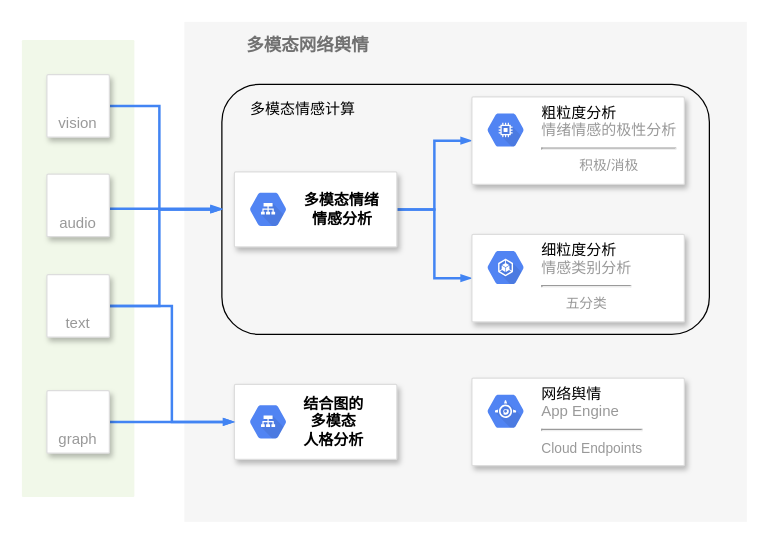
Amamiyatsuki/pic_for_ppt keeps this draw.io diagram as Untitled Diagram.drawio. Above is the earlier version. Source tidied: cells renumbered, new cells numbered last; positions are measured from the earlier drawing's top-left corner, leaving out a move shared by most shapes. Both pictures are drawn from the tidied source at 125%, with x=0, y=0 at pixel (21, 21).
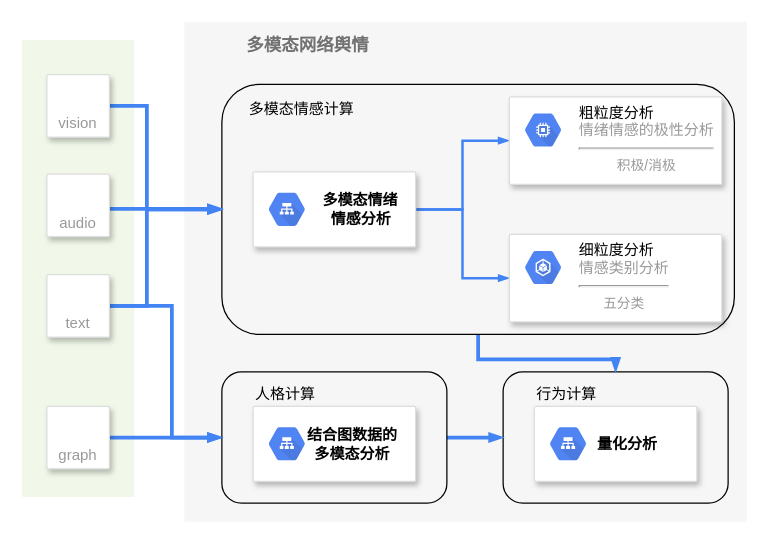
The same page after the edit.

The change refers to these unchanged cells:
```xml
<mxCell id="6" value="vision" style="strokeColor=#dddddd;fillColor=#ffffff;shadow=1;strokeWidth=1;rounded=1;absoluteArcSize=1;arcSize=2;labelPosition=center;verticalLabelPosition=middle;align=center;verticalAlign=bottom;spacingLeft=0;fontColor=#999999;fontSize=12;whiteSpace=wrap;spacingBottom=2;html=1;" parent="1" vertex="1">
  <mxGeometry x="20" y="42.2" width="50" height="50" as="geometry" />
</mxCell>
<mxCell id="18" value="audio" style="strokeColor=#dddddd;fillColor=#ffffff;shadow=1;strokeWidth=1;rounded=1;absoluteArcSize=1;arcSize=2;labelPosition=center;verticalLabelPosition=middle;align=center;verticalAlign=bottom;spacingLeft=0;fontColor=#999999;fontSize=12;whiteSpace=wrap;spacingBottom=2;html=1;" parent="1" vertex="1">
  <mxGeometry x="20" y="121.8" width="50" height="50" as="geometry" />
</mxCell>
<mxCell id="21" value="text" style="strokeColor=#dddddd;fillColor=#ffffff;shadow=1;strokeWidth=1;rounded=1;absoluteArcSize=1;arcSize=2;labelPosition=center;verticalLabelPosition=middle;align=center;verticalAlign=bottom;spacingLeft=0;fontColor=#999999;fontSize=12;whiteSpace=wrap;spacingBottom=2;html=1;" parent="1" vertex="1">
  <mxGeometry x="20" y="202.2" width="50" height="50" as="geometry" />
</mxCell>
```

What changed in the source:
```diff
@@
+    <mxCell id="27" style="rounded=1;whiteSpace=wrap;html=1;fontSize=12;fillColor=none;" parent="1" vertex="1">
+      <mxGeometry x="385" y="280" width="180" height="105" as="geometry" />
+    </mxCell>
+    <mxCell id="28" style="edgeStyle=orthogonalEdgeStyle;rounded=0;jettySize=auto;html=1;exitX=0.5;exitY=1;exitDx=0;exitDy=0;entryX=0.5;entryY=0;entryDx=0;entryDy=0;dashed=0;labelBackgroundColor=none;fontSize=5;startFill=1;endArrow=blockThin;endFill=1;startSize=4;endSize=4;strokeColor=#4284F3;strokeWidth=3;align=left;" parent="1" edge="1" source="3" target="27">
+      <mxGeometry relative="1" as="geometry" />
+    </mxCell>
     <mxCell id="3" style="rounded=1;whiteSpace=wrap;html=1;fontSize=12;fillColor=none;" parent="1" vertex="1">
-      <mxGeometry x="160" y="50" width="390" height="200" as="geometry" />
+      <mxGeometry x="160" y="50" width="410" height="200" as="geometry" />
     </mxCell>
@@
-    <mxCell id="5" style="edgeStyle=orthogonalEdgeStyle;rounded=0;jettySize=auto;html=1;exitX=1;exitY=0.5;exitDx=0;exitDy=0;dashed=0;labelBackgroundColor=none;fontSize=12;startFill=1;endArrow=blockThin;endFill=1;startSize=4;endSize=4;strokeColor=#4284F3;strokeWidth=2;align=left;" parent="1" edge="1" source="6" target="3">
+    <mxCell id="5" style="edgeStyle=orthogonalEdgeStyle;rounded=0;jettySize=auto;html=1;exitX=1;exitY=0.5;exitDx=0;exitDy=0;dashed=0;labelBackgroundColor=none;fontSize=12;startFill=1;endArrow=blockThin;endFill=1;startSize=4;endSize=4;strokeColor=#4284F3;strokeWidth=3;align=left;" parent="1" edge="1" source="6" target="3">
       <mxGeometry relative="1" as="geometry">
         <Array as="points">
-          <mxPoint x="110" y="67" />
-          <mxPoint x="110" y="150" />
+          <mxPoint x="100" y="67" />
+          <mxPoint x="100" y="150" />
         </Array>
       </mxGeometry>
     </mxCell>
@@
     <mxCell id="9" style="strokeColor=#dddddd;fillColor=#ffffff;shadow=1;strokeWidth=1;rounded=1;absoluteArcSize=1;arcSize=2;fontSize=11;fontColor=#9E9E9E;align=center;html=1;" parent="1" vertex="1">
-      <mxGeometry x="170" y="120" width="130" height="60" as="geometry" />
+      <mxGeometry x="185" y="120" width="130" height="60" as="geometry" />
     </mxCell>
@@
-    <mxCell id="11" style="strokeColor=#dddddd;fillColor=#ffffff;shadow=1;strokeWidth=1;rounded=1;absoluteArcSize=1;arcSize=2;fontSize=11;fontColor=#9E9E9E;align=center;html=1;" parent="1" vertex="1">
-      <mxGeometry x="360" y="285" width="170" height="70" as="geometry" />
-    </mxCell>
-    <mxCell id="12" value="&lt;font color=&quot;#000000&quot;&gt;网络舆情&lt;/font&gt;&lt;br&gt;App Engine&lt;hr&gt;&lt;font style=&quot;font-size: 11px&quot;&gt;Cloud Endpoints&lt;/font&gt;" style="dashed=0;html=1;fillColor=#5184F3;strokeColor=none;shape=mxgraph.gcp2.hexIcon;prIcon=app_engine;labelPosition=right;verticalLabelPosition=middle;align=left;verticalAlign=top;spacingLeft=5;fontColor=#999999;fontSize=12;spacingTop=-8;" parent="11" vertex="1">
-      <mxGeometry width="44" height="39" relative="1" as="geometry">
-        <mxPoint x="5" y="7" as="offset" />
-      </mxGeometry>
-    </mxCell>
     <mxCell id="13" style="strokeColor=#dddddd;fillColor=#ffffff;shadow=1;strokeWidth=1;rounded=1;absoluteArcSize=1;arcSize=2;fontSize=11;fontColor=#9E9E9E;align=center;html=1;" parent="1" vertex="1">
-      <mxGeometry x="360" y="60" width="170" height="70" as="geometry" />
+      <mxGeometry x="390" y="60" width="170" height="70" as="geometry" />
     </mxCell>
@@
     <mxCell id="15" style="strokeColor=#dddddd;fillColor=#ffffff;shadow=1;strokeWidth=1;rounded=1;absoluteArcSize=1;arcSize=2;fontSize=11;fontColor=#9E9E9E;align=center;html=1;" parent="1" vertex="1">
-      <mxGeometry x="360" y="170" width="170" height="70" as="geometry" />
+      <mxGeometry x="390" y="170" width="170" height="70" as="geometry" />
     </mxCell>
@@
-    <mxCell id="17" style="edgeStyle=orthogonalEdgeStyle;rounded=0;jettySize=auto;html=1;dashed=0;labelBackgroundColor=none;fontSize=5;startFill=1;endArrow=blockThin;endFill=1;startSize=4;endSize=4;strokeColor=#4284F3;strokeWidth=2;align=left;" parent="1" edge="1" source="18">
+    <mxCell id="17" style="edgeStyle=orthogonalEdgeStyle;rounded=0;jettySize=auto;html=1;dashed=0;labelBackgroundColor=none;fontSize=5;startFill=1;endArrow=blockThin;endFill=1;startSize=4;endSize=4;strokeColor=#4284F3;strokeWidth=3;align=left;" parent="1" edge="1" source="18">
       <mxGeometry relative="1" as="geometry">
         <mxPoint x="160" y="149.5" as="targetPoint" />
         <Array as="points">
           <mxPoint x="110" y="150" />
         </Array>
       </mxGeometry>
     </mxCell>
@@
-    <mxCell id="19" style="edgeStyle=orthogonalEdgeStyle;rounded=0;jettySize=auto;html=1;exitX=1;exitY=0.5;exitDx=0;exitDy=0;dashed=0;labelBackgroundColor=none;fontSize=5;startFill=1;endArrow=blockThin;endFill=1;startSize=4;endSize=4;strokeColor=#4284F3;strokeWidth=2;align=left;" parent="1" edge="1" source="21">
+    <mxCell id="19" style="edgeStyle=orthogonalEdgeStyle;rounded=0;jettySize=auto;html=1;exitX=1;exitY=0.5;exitDx=0;exitDy=0;dashed=0;labelBackgroundColor=none;fontSize=5;startFill=1;endArrow=blockThin;endFill=1;startSize=4;endSize=4;strokeColor=#4284F3;strokeWidth=3;align=left;" parent="1" edge="1" source="21">
       <mxGeometry relative="1" as="geometry">
         <mxPoint x="160" y="150" as="targetPoint" />
         <Array as="points">
-          <mxPoint x="110" y="227" />
-          <mxPoint x="110" y="150" />
+          <mxPoint x="100" y="227" />
+          <mxPoint x="100" y="150" />
         </Array>
       </mxGeometry>
     </mxCell>
-    <mxCell id="20" style="edgeStyle=orthogonalEdgeStyle;rounded=0;jettySize=auto;html=1;exitX=1;exitY=0.5;exitDx=0;exitDy=0;entryX=0;entryY=0.5;entryDx=0;entryDy=0;dashed=0;labelBackgroundColor=none;fontSize=5;startFill=1;endArrow=blockThin;endFill=1;startSize=4;endSize=4;strokeColor=#4284F3;strokeWidth=2;align=left;" parent="1" edge="1" source="21" target="23">
-      <mxGeometry relative="1" as="geometry">
-        <Array as="points">
-          <mxPoint x="120" y="227" />
-          <mxPoint x="120" y="320" />
-        </Array>
-      </mxGeometry>
-    </mxCell>
+    <mxCell id="29" style="edgeStyle=orthogonalEdgeStyle;rounded=0;jettySize=auto;html=1;exitX=1;exitY=0.5;exitDx=0;exitDy=0;entryX=0;entryY=0.5;entryDx=0;entryDy=0;dashed=0;labelBackgroundColor=none;fontSize=5;startFill=1;endArrow=blockThin;endFill=1;startSize=4;endSize=4;strokeColor=#4284F3;strokeWidth=3;align=left;" parent="1" edge="1" source="21" target="31">
+      <mxGeometry relative="1" as="geometry">
+        <Array as="points">
+          <mxPoint x="120" y="227" />
+          <mxPoint x="120" y="332" />
+        </Array>
+      </mxGeometry>
+    </mxCell>
@@
-    <mxCell id="22" value="多模态情感计算" style="text;html=1;strokeColor=none;fillColor=none;align=center;verticalAlign=middle;whiteSpace=wrap;rounded=0;fontSize=12;" parent="1" vertex="1">
+    <mxCell id="22" value="多模态情感计算" style="text;html=1;strokeColor=none;fillColor=none;align=left;verticalAlign=middle;whiteSpace=wrap;rounded=0;fontSize=12;" parent="1" vertex="1">
       <mxGeometry x="180" y="60" width="90" height="20" as="geometry" />
     </mxCell>
+    <mxCell id="30" style="edgeStyle=orthogonalEdgeStyle;rounded=0;jettySize=auto;html=1;exitX=1;exitY=0.5;exitDx=0;exitDy=0;dashed=0;labelBackgroundColor=none;fontSize=5;startFill=1;endArrow=blockThin;endFill=1;startSize=4;endSize=4;strokeColor=#4284F3;strokeWidth=3;align=left;" parent="1" edge="1" source="31" target="27">
+      <mxGeometry relative="1" as="geometry" />
+    </mxCell>
+    <mxCell id="31" style="rounded=1;whiteSpace=wrap;html=1;fontSize=12;fillColor=none;" parent="1" vertex="1">
+      <mxGeometry x="160" y="280" width="180" height="105" as="geometry" />
+    </mxCell>
     <mxCell id="23" style="strokeColor=#dddddd;fillColor=#ffffff;shadow=1;strokeWidth=1;rounded=1;absoluteArcSize=1;arcSize=2;fontSize=11;fontColor=#9E9E9E;align=center;html=1;" parent="1" vertex="1">
-      <mxGeometry x="170" y="290" width="130" height="60" as="geometry" />
+      <mxGeometry x="185" y="307.5" width="130" height="60" as="geometry" />
     </mxCell>
-    <mxCell id="24" value="&lt;div&gt;&lt;font color=&quot;#000000&quot;&gt;&lt;b&gt;&amp;nbsp; &amp;nbsp;结合图的&lt;/b&gt;&lt;/font&gt;&lt;/div&gt;&lt;div&gt;&lt;font color=&quot;#000000&quot;&gt;&lt;b&gt;&amp;nbsp; &amp;nbsp;多&lt;/b&gt;&lt;/font&gt;&lt;b style=&quot;color: rgb(0 , 0 , 0)&quot;&gt;模态&lt;/b&gt;&lt;/div&gt;&lt;div&gt;&lt;b style=&quot;color: rgb(0 , 0 , 0)&quot;&gt;&amp;nbsp; &amp;nbsp;人格分析&lt;/b&gt;&lt;/div&gt;" style="dashed=0;html=1;fillColor=#5184F3;strokeColor=none;shape=mxgraph.gcp2.hexIcon;prIcon=cloud_load_balancing;labelPosition=right;verticalLabelPosition=middle;align=center;verticalAlign=middle;spacingLeft=5;fontColor=#999999;fontSize=12;" parent="23" vertex="1">
+    <mxCell id="24" value="&lt;div&gt;&lt;font color=&quot;#000000&quot;&gt;&lt;b&gt;&amp;nbsp; &amp;nbsp;结合图数据的&lt;/b&gt;&lt;/font&gt;&lt;/div&gt;&lt;div&gt;&lt;font color=&quot;#000000&quot;&gt;&lt;b&gt;&amp;nbsp; &amp;nbsp;多&lt;/b&gt;&lt;/font&gt;&lt;b style=&quot;color: rgb(0 , 0 , 0)&quot;&gt;模态&lt;/b&gt;&lt;b style=&quot;color: rgb(0 , 0 , 0)&quot;&gt;分析&lt;/b&gt;&lt;/div&gt;" style="dashed=0;html=1;fillColor=#5184F3;strokeColor=none;shape=mxgraph.gcp2.hexIcon;prIcon=cloud_load_balancing;labelPosition=right;verticalLabelPosition=middle;align=center;verticalAlign=middle;spacingLeft=5;fontColor=#999999;fontSize=12;" parent="23" vertex="1">
       <mxGeometry y="0.5" width="44" height="39" relative="1" as="geometry">
         <mxPoint x="5" y="-19.5" as="offset" />
       </mxGeometry>
     </mxCell>
-    <mxCell id="25" style="edgeStyle=orthogonalEdgeStyle;rounded=0;jettySize=auto;html=1;exitX=1;exitY=0.5;exitDx=0;exitDy=0;dashed=0;labelBackgroundColor=none;fontSize=5;startFill=1;endArrow=blockThin;endFill=1;startSize=4;endSize=4;strokeColor=#4284F3;strokeWidth=2;align=left;" parent="1" edge="1" source="26">
-      <mxGeometry relative="1" as="geometry">
-        <mxPoint x="170" y="320" as="targetPoint" />
-        <Array as="points">
-          <mxPoint x="110" y="320" />
-          <mxPoint x="110" y="320" />
-        </Array>
-      </mxGeometry>
-    </mxCell>
+    <mxCell id="32" style="edgeStyle=orthogonalEdgeStyle;rounded=0;jettySize=auto;html=1;entryX=0;entryY=0.5;entryDx=0;entryDy=0;dashed=0;labelBackgroundColor=none;fontSize=5;startFill=1;endArrow=blockThin;endFill=1;startSize=4;endSize=4;strokeColor=#4284F3;strokeWidth=3;align=left;" parent="1" edge="1" source="26" target="31">
+      <mxGeometry relative="1" as="geometry" />
+    </mxCell>
     <mxCell id="26" value="graph" style="strokeColor=#dddddd;fillColor=#ffffff;shadow=1;strokeWidth=1;rounded=1;absoluteArcSize=1;arcSize=2;labelPosition=center;verticalLabelPosition=middle;align=center;verticalAlign=bottom;spacingLeft=0;fontColor=#999999;fontSize=12;whiteSpace=wrap;spacingBottom=2;html=1;" parent="1" vertex="1">
-      <mxGeometry x="20" y="295" width="50" height="50" as="geometry" />
+      <mxGeometry x="20" y="307.5" width="50" height="50" as="geometry" />
     </mxCell>
+    <mxCell id="33" style="strokeColor=#dddddd;fillColor=#ffffff;shadow=1;strokeWidth=1;rounded=1;absoluteArcSize=1;arcSize=2;fontSize=11;fontColor=#9E9E9E;align=center;html=1;" parent="1" vertex="1">
+      <mxGeometry x="410" y="307.5" width="130" height="60" as="geometry" />
+    </mxCell>
+    <mxCell id="34" value="&lt;div&gt;&lt;font color=&quot;#000000&quot;&gt;&lt;b&gt;量化分析&lt;/b&gt;&lt;/font&gt;&lt;/div&gt;" style="dashed=0;html=1;fillColor=#5184F3;strokeColor=none;shape=mxgraph.gcp2.hexIcon;prIcon=cloud_load_balancing;labelPosition=right;verticalLabelPosition=middle;align=center;verticalAlign=middle;spacingLeft=5;fontColor=#999999;fontSize=12;" parent="33" vertex="1">
+      <mxGeometry y="0.5" width="44" height="39" relative="1" as="geometry">
+        <mxPoint x="5" y="-19.5" as="offset" />
+      </mxGeometry>
+    </mxCell>
+    <mxCell id="35" value="人格计算" style="text;html=1;strokeColor=none;fillColor=none;align=left;verticalAlign=middle;whiteSpace=wrap;rounded=0;fontSize=12;" parent="1" vertex="1">
+      <mxGeometry x="185" y="287.5" width="90" height="20" as="geometry" />
+    </mxCell>
+    <mxCell id="36" value="行为计算" style="text;html=1;strokeColor=none;fillColor=none;align=left;verticalAlign=middle;whiteSpace=wrap;rounded=0;fontSize=12;" parent="1" vertex="1">
+      <mxGeometry x="410" y="287.5" width="90" height="20" as="geometry" />
+    </mxCell>
```
